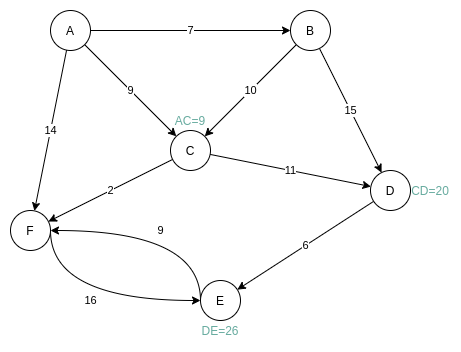
aloparev/dijkstra keeps this draw.io diagram as resources/sampleGraph-1.png. Above is the earlier version. Source tidied: cells renumbered, new cells last; positions are measured from the earlier drawing's top-left corner, leaving out a move shared by most shapes. Its diagram source:
```xml
<mxGraphModel>
  <root>
    <mxCell id="0" />
    <mxCell id="1" parent="0" />
    <mxCell id="2" value="9" style="edgeStyle=none;rounded=0;jettySize=auto;html=1;exitX=1;exitY=1;exitDx=0;exitDy=0;" parent="1" edge="1" source="5" target="10">
      <mxGeometry relative="1" as="geometry" />
    </mxCell>
    <mxCell id="3" value="7" style="edgeStyle=none;rounded=0;jettySize=auto;html=1;entryX=0;entryY=0.5;entryDx=0;entryDy=0;" parent="1" edge="1" source="5" target="15">
      <mxGeometry relative="1" as="geometry" />
    </mxCell>
    <mxCell id="4" value="14" style="edgeStyle=none;rounded=0;jettySize=auto;html=1;" parent="1" edge="1" source="5" target="7">
      <mxGeometry relative="1" as="geometry" />
    </mxCell>
    <mxCell id="5" value="A" style="ellipse;whiteSpace=wrap;html=1;" parent="1" vertex="1">
      <mxGeometry x="40" width="40" height="40" as="geometry" />
    </mxCell>
    <mxCell id="6" value="16" style="edgeStyle=orthogonalEdgeStyle;curved=1;rounded=0;jettySize=auto;html=1;entryX=0;entryY=0.5;entryDx=0;entryDy=0;" parent="1" edge="1" source="7" target="12">
      <mxGeometry relative="1" as="geometry">
        <Array as="points">
          <mxPoint x="40" y="290" />
        </Array>
      </mxGeometry>
    </mxCell>
    <mxCell id="7" value="F" style="ellipse;whiteSpace=wrap;html=1;" parent="1" vertex="1">
      <mxGeometry y="200" width="40" height="40" as="geometry" />
    </mxCell>
    <mxCell id="8" value="11" style="edgeStyle=none;rounded=0;jettySize=auto;html=1;" parent="1" edge="1" source="10" target="17">
      <mxGeometry relative="1" as="geometry" />
    </mxCell>
    <mxCell id="9" value="2" style="edgeStyle=none;rounded=0;jettySize=auto;html=1;" parent="1" edge="1" source="10" target="7">
      <mxGeometry relative="1" as="geometry" />
    </mxCell>
    <mxCell id="10" value="C" style="ellipse;whiteSpace=wrap;html=1;" parent="1" vertex="1">
      <mxGeometry x="160" y="120" width="40" height="40" as="geometry" />
    </mxCell>
    <mxCell id="11" value="9" style="edgeStyle=orthogonalEdgeStyle;rounded=0;jettySize=auto;html=1;curved=1;exitX=0;exitY=0.5;exitDx=0;exitDy=0;" parent="1" edge="1" source="12" target="7">
      <mxGeometry relative="1" as="geometry">
        <Array as="points">
          <mxPoint x="190" y="220" />
        </Array>
      </mxGeometry>
    </mxCell>
    <mxCell id="12" value="E" style="ellipse;whiteSpace=wrap;html=1;" parent="1" vertex="1">
      <mxGeometry x="190" y="270" width="40" height="40" as="geometry" />
    </mxCell>
    <mxCell id="13" value="15" style="edgeStyle=none;rounded=0;jettySize=auto;html=1;" parent="1" edge="1" source="15" target="17">
      <mxGeometry relative="1" as="geometry" />
    </mxCell>
    <mxCell id="14" value="10" style="edgeStyle=none;rounded=0;jettySize=auto;html=1;" parent="1" edge="1" source="15" target="10">
      <mxGeometry relative="1" as="geometry" />
    </mxCell>
    <mxCell id="15" value="B" style="ellipse;whiteSpace=wrap;html=1;" parent="1" vertex="1">
      <mxGeometry x="280" width="40" height="40" as="geometry" />
    </mxCell>
    <mxCell id="16" value="6" style="edgeStyle=none;rounded=0;jettySize=auto;html=1;" parent="1" edge="1" source="17" target="12">
      <mxGeometry relative="1" as="geometry" />
    </mxCell>
    <mxCell id="17" value="D" style="ellipse;whiteSpace=wrap;html=1;" parent="1" vertex="1">
      <mxGeometry x="360" y="160" width="40" height="40" as="geometry" />
    </mxCell>
    <mxCell id="18" value="&lt;font color=&quot;#67ab9f&quot;&gt;AC=9&lt;/font&gt;" style="text;html=1;strokeColor=none;fillColor=none;align=center;verticalAlign=middle;whiteSpace=wrap;rounded=0;" parent="1" vertex="1">
      <mxGeometry x="160" y="100" width="40" height="20" as="geometry" />
    </mxCell>
    <mxCell id="19" value="&lt;font color=&quot;#67ab9f&quot;&gt;CD=20&lt;/font&gt;" style="text;html=1;strokeColor=none;fillColor=none;align=center;verticalAlign=middle;whiteSpace=wrap;rounded=0;" parent="1" vertex="1">
      <mxGeometry x="400" y="170" width="40" height="20" as="geometry" />
    </mxCell>
    <mxCell id="20" value="&lt;font color=&quot;#67ab9f&quot;&gt;DE=26&lt;/font&gt;" style="text;html=1;strokeColor=none;fillColor=none;align=center;verticalAlign=middle;whiteSpace=wrap;rounded=0;" parent="1" vertex="1">
      <mxGeometry x="190" y="310" width="40" height="20" as="geometry" />
    </mxCell>
  </root>
</mxGraphModel>
```
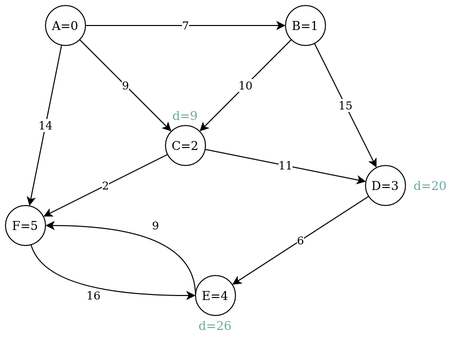
Later version of the same file.

The edit, as a diff of the source:
```diff
@@ -11,7 +11,7 @@
     <mxCell id="4" value="14" style="edgeStyle=none;rounded=0;jettySize=auto;html=1;" parent="1" edge="1" source="5" target="7">
       <mxGeometry relative="1" as="geometry" />
     </mxCell>
-    <mxCell id="5" value="A" style="ellipse;whiteSpace=wrap;html=1;" parent="1" vertex="1">
+    <mxCell id="5" value="A=0" style="ellipse;whiteSpace=wrap;html=1;" parent="1" vertex="1">
       <mxGeometry x="40" width="40" height="40" as="geometry" />
     </mxCell>
     <mxCell id="6" value="16" style="edgeStyle=orthogonalEdgeStyle;curved=1;rounded=0;jettySize=auto;html=1;entryX=0;entryY=0.5;entryDx=0;entryDy=0;" parent="1" edge="1" source="7" target="12">
@@ -21,7 +21,7 @@
         </Array>
       </mxGeometry>
     </mxCell>
-    <mxCell id="7" value="F" style="ellipse;whiteSpace=wrap;html=1;" parent="1" vertex="1">
+    <mxCell id="7" value="F=5" style="ellipse;whiteSpace=wrap;html=1;" parent="1" vertex="1">
       <mxGeometry y="200" width="40" height="40" as="geometry" />
     </mxCell>
     <mxCell id="8" value="11" style="edgeStyle=none;rounded=0;jettySize=auto;html=1;" parent="1" edge="1" source="10" target="17">
@@ -30,7 +30,7 @@
     <mxCell id="9" value="2" style="edgeStyle=none;rounded=0;jettySize=auto;html=1;" parent="1" edge="1" source="10" target="7">
       <mxGeometry relative="1" as="geometry" />
     </mxCell>
-    <mxCell id="10" value="C" style="ellipse;whiteSpace=wrap;html=1;" parent="1" vertex="1">
+    <mxCell id="10" value="C=2" style="ellipse;whiteSpace=wrap;html=1;" parent="1" vertex="1">
       <mxGeometry x="160" y="120" width="40" height="40" as="geometry" />
     </mxCell>
     <mxCell id="11" value="9" style="edgeStyle=orthogonalEdgeStyle;rounded=0;jettySize=auto;html=1;curved=1;exitX=0;exitY=0.5;exitDx=0;exitDy=0;" parent="1" edge="1" source="12" target="7">
@@ -40,7 +40,7 @@
         </Array>
       </mxGeometry>
     </mxCell>
-    <mxCell id="12" value="E" style="ellipse;whiteSpace=wrap;html=1;" parent="1" vertex="1">
+    <mxCell id="12" value="E=4" style="ellipse;whiteSpace=wrap;html=1;" parent="1" vertex="1">
       <mxGeometry x="190" y="270" width="40" height="40" as="geometry" />
     </mxCell>
     <mxCell id="13" value="15" style="edgeStyle=none;rounded=0;jettySize=auto;html=1;" parent="1" edge="1" source="15" target="17">
@@ -49,22 +49,22 @@
     <mxCell id="14" value="10" style="edgeStyle=none;rounded=0;jettySize=auto;html=1;" parent="1" edge="1" source="15" target="10">
       <mxGeometry relative="1" as="geometry" />
     </mxCell>
-    <mxCell id="15" value="B" style="ellipse;whiteSpace=wrap;html=1;" parent="1" vertex="1">
+    <mxCell id="15" value="B=1" style="ellipse;whiteSpace=wrap;html=1;" parent="1" vertex="1">
       <mxGeometry x="280" width="40" height="40" as="geometry" />
     </mxCell>
     <mxCell id="16" value="6" style="edgeStyle=none;rounded=0;jettySize=auto;html=1;" parent="1" edge="1" source="17" target="12">
       <mxGeometry relative="1" as="geometry" />
     </mxCell>
-    <mxCell id="17" value="D" style="ellipse;whiteSpace=wrap;html=1;" parent="1" vertex="1">
+    <mxCell id="17" value="&lt;div&gt;D=3&lt;/div&gt;" style="ellipse;whiteSpace=wrap;html=1;" parent="1" vertex="1">
       <mxGeometry x="360" y="160" width="40" height="40" as="geometry" />
     </mxCell>
-    <mxCell id="18" value="&lt;font color=&quot;#67ab9f&quot;&gt;AC=9&lt;/font&gt;" style="text;html=1;strokeColor=none;fillColor=none;align=center;verticalAlign=middle;whiteSpace=wrap;rounded=0;" parent="1" vertex="1">
+    <mxCell id="18" value="&lt;font color=&quot;#67ab9f&quot;&gt;d=9&lt;/font&gt;" style="text;html=1;strokeColor=none;fillColor=none;align=center;verticalAlign=middle;whiteSpace=wrap;rounded=0;" parent="1" vertex="1">
       <mxGeometry x="160" y="100" width="40" height="20" as="geometry" />
     </mxCell>
-    <mxCell id="19" value="&lt;font color=&quot;#67ab9f&quot;&gt;CD=20&lt;/font&gt;" style="text;html=1;strokeColor=none;fillColor=none;align=center;verticalAlign=middle;whiteSpace=wrap;rounded=0;" parent="1" vertex="1">
-      <mxGeometry x="400" y="170" width="40" height="20" as="geometry" />
+    <mxCell id="19" value="&lt;font color=&quot;#67ab9f&quot;&gt;d=20&lt;/font&gt;" style="text;html=1;strokeColor=none;fillColor=none;align=center;verticalAlign=middle;whiteSpace=wrap;rounded=0;" parent="1" vertex="1">
+      <mxGeometry x="405" y="170" width="40" height="20" as="geometry" />
     </mxCell>
-    <mxCell id="20" value="&lt;font color=&quot;#67ab9f&quot;&gt;DE=26&lt;/font&gt;" style="text;html=1;strokeColor=none;fillColor=none;align=center;verticalAlign=middle;whiteSpace=wrap;rounded=0;" parent="1" vertex="1">
+    <mxCell id="20" value="&lt;font color=&quot;#67ab9f&quot;&gt;d=26&lt;/font&gt;" style="text;html=1;strokeColor=none;fillColor=none;align=center;verticalAlign=middle;whiteSpace=wrap;rounded=0;" parent="1" vertex="1">
       <mxGeometry x="190" y="310" width="40" height="20" as="geometry" />
     </mxCell>
   </root>
```
